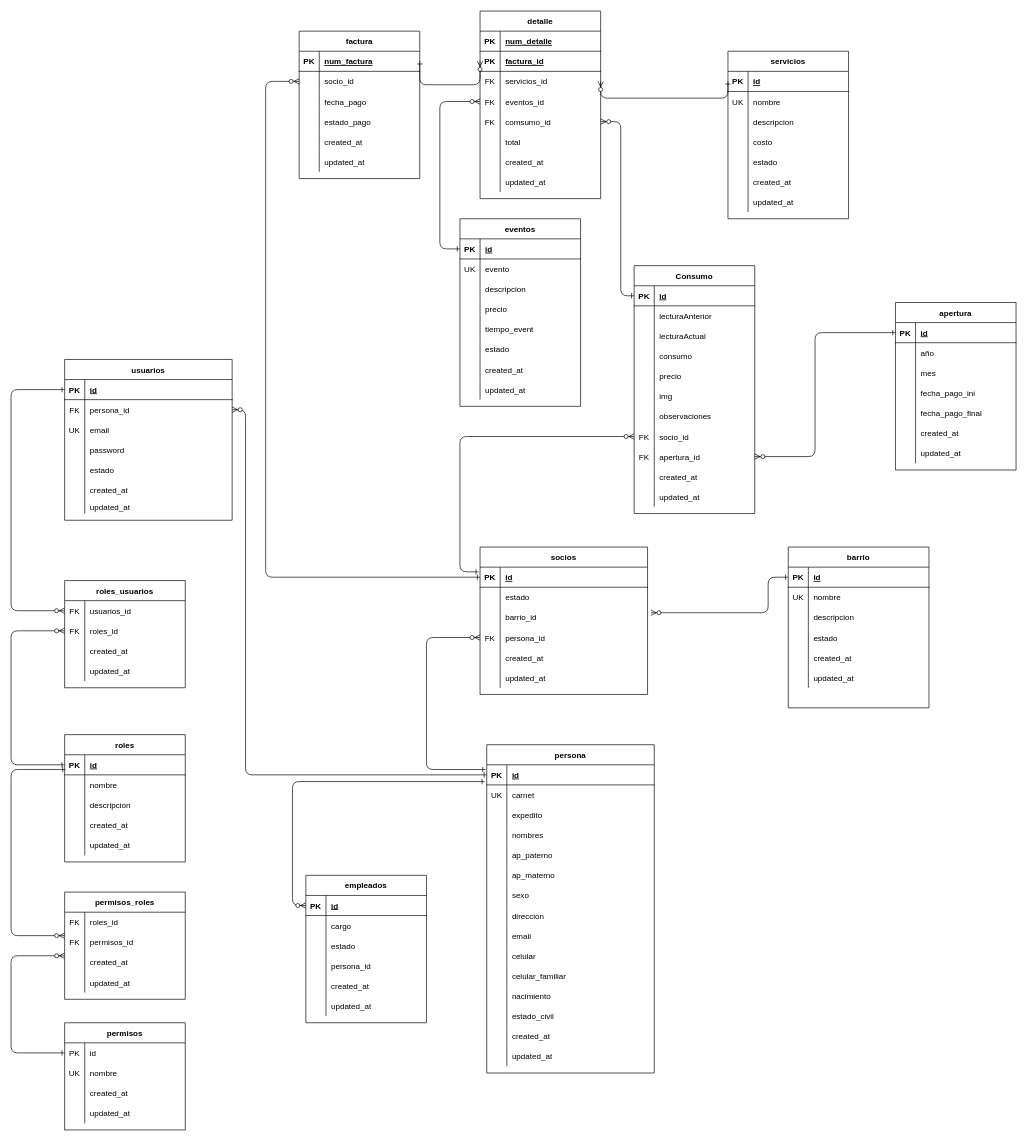
Earlier version of the draw.io diagram AguaPotable/aguapotable.drawio (DavidSalinasPoma/backendaguapotable). Source tidied: cells renumbered, new cells numbered last; positions are measured from the earlier drawing's top-left corner, leaving out a move shared by most shapes. Both pictures are drawn from the tidied source at 67%, with x=0, y=0 at pixel (-36, 11).
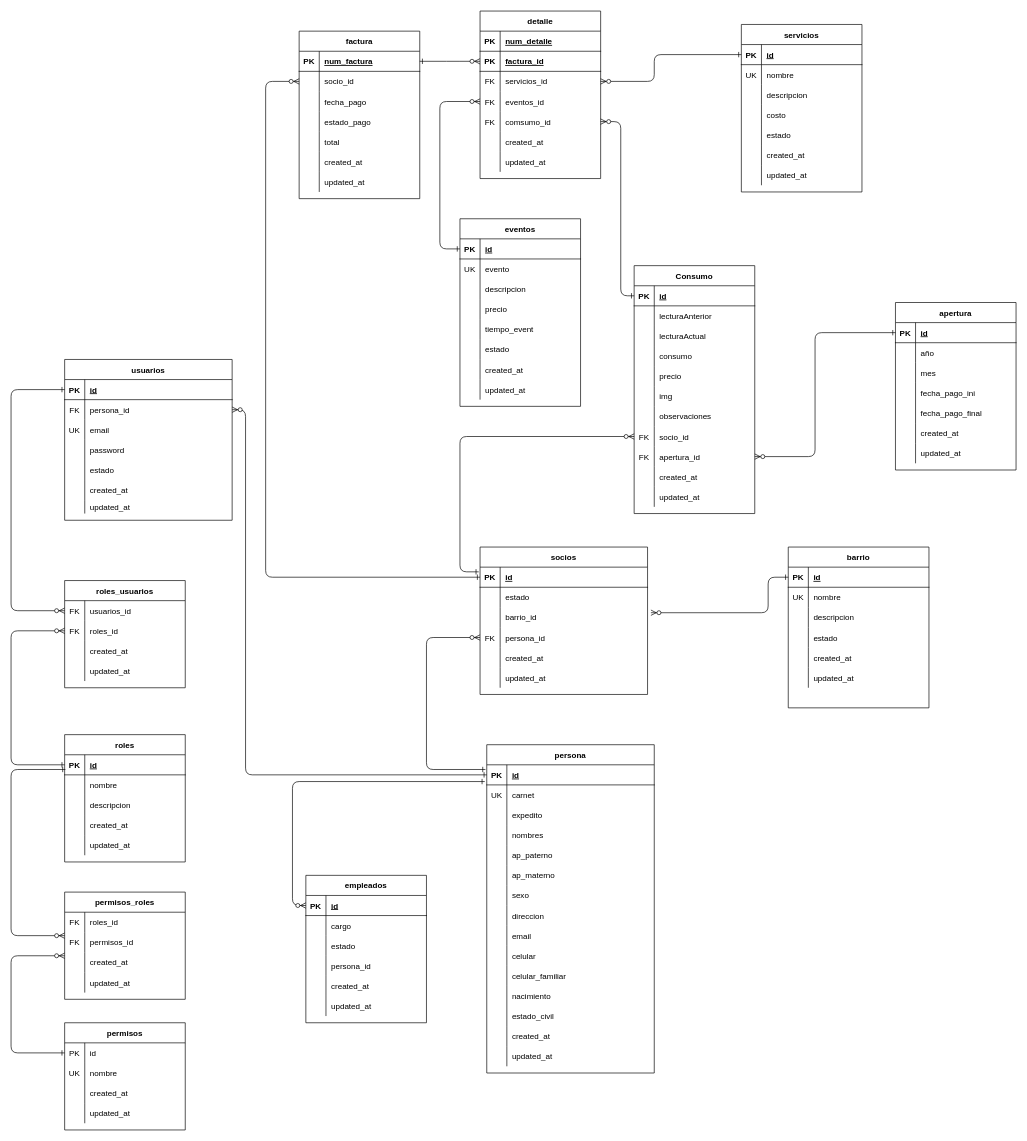
The same page after the edit.

Unchanged cells that the change refers to:
```xml
<mxCell id="173" style="shape=partialRectangle;fillColor=none;top=0;left=0;bottom=1;right=0;points=[[0,0.5],[1,0.5]];portConstraint=eastwest;" parent="172" vertex="1">
  <mxGeometry y="30" width="180" height="30" as="geometry" />
</mxCell>
<mxCell id="253" style="shape=partialRectangle;fillColor=none;top=0;left=0;bottom=1;right=0;points=[[0,0.5],[1,0.5]];portConstraint=eastwest;" parent="252" vertex="1">
  <mxGeometry y="30" width="180" height="30" as="geometry" />
</mxCell>
<mxCell id="319" style="shape=partialRectangle;fillColor=none;top=0;left=0;bottom=1;right=0;points=[[0,0.5],[1,0.5]];portConstraint=eastwest;" parent="315" vertex="1">
  <mxGeometry y="60" width="180" height="30" as="geometry" />
</mxCell>
<mxCell id="322" style="shape=partialRectangle;fillColor=none;top=0;left=0;bottom=0;right=0;points=[[0,0.5],[1,0.5]];portConstraint=eastwest;" parent="315" vertex="1">
  <mxGeometry y="90" width="180" height="30" as="geometry" />
</mxCell>
```

Change to the diagram source:
```diff
@@
     <mxCell id="172" value="servicios" style="shape=table;startSize=30;childLayout=tableLayout;rowLines=0;fontStyle=1;align=center;" parent="1" vertex="1">
-      <mxGeometry x="1140" y="60" width="180" height="250" as="geometry" />
+      <mxGeometry x="1160" y="20" width="180" height="250" as="geometry" />
     </mxCell>
@@
     <mxCell id="252" value="factura" style="shape=table;startSize=30;childLayout=tableLayout;rowLines=0;fontStyle=1;align=center;" parent="1" vertex="1">
-      <mxGeometry x="500" y="30" width="180" height="220" as="geometry" />
+      <mxGeometry x="500" y="30" width="180" height="250" as="geometry" />
     </mxCell>
@@
+    <mxCell id="344" style="shape=partialRectangle;fillColor=none;top=0;left=0;bottom=0;right=0;" parent="252" vertex="1">
+      <mxGeometry y="150" width="180" height="30" as="geometry" />
+    </mxCell>
+    <mxCell id="332" style="shape=partialRectangle;fillColor=none;top=0;left=0;bottom=0;right=0;overflow=hidden;" parent="344" vertex="1">
+      <mxGeometry width="30" height="30" as="geometry" />
+    </mxCell>
+    <mxCell id="333" value="total" style="shape=partialRectangle;fillColor=none;top=0;left=0;bottom=0;right=0;align=left;spacingLeft=6;overflow=hidden;" parent="344" vertex="1">
+      <mxGeometry x="30" width="150" height="30" as="geometry" />
+    </mxCell>
     <mxCell id="265" style="shape=partialRectangle;fillColor=none;top=0;left=0;bottom=0;right=0;" parent="252" vertex="1">
-      <mxGeometry y="150" width="180" height="30" as="geometry" />
+      <mxGeometry y="180" width="180" height="30" as="geometry" />
     </mxCell>
@@
     <mxCell id="268" style="shape=partialRectangle;fillColor=none;top=0;left=0;bottom=0;right=0;" parent="252" vertex="1">
-      <mxGeometry y="180" width="180" height="30" as="geometry" />
+      <mxGeometry y="210" width="180" height="30" as="geometry" />
     </mxCell>
@@
     <mxCell id="315" value="detalle" style="shape=table;startSize=30;childLayout=tableLayout;rowLines=0;fontStyle=1;align=center;" parent="1" vertex="1">
-      <mxGeometry x="770" width="180" height="280" as="geometry" />
+      <mxGeometry x="770" width="180" height="250" as="geometry" />
     </mxCell>
@@
-    <mxCell id="331" style="shape=partialRectangle;fillColor=none;top=0;left=0;bottom=0;right=0;" parent="315" vertex="1">
-      <mxGeometry y="180" width="180" height="30" as="geometry" />
-    </mxCell>
-    <mxCell id="332" style="shape=partialRectangle;fillColor=none;top=0;left=0;bottom=0;right=0;overflow=hidden;" parent="331" vertex="1">
-      <mxGeometry width="30" height="30" as="geometry" />
-    </mxCell>
-    <mxCell id="333" value="total" style="shape=partialRectangle;fillColor=none;top=0;left=0;bottom=0;right=0;align=left;spacingLeft=6;overflow=hidden;" parent="331" vertex="1">
-      <mxGeometry x="30" width="150" height="30" as="geometry" />
-    </mxCell>
     <mxCell id="334" style="shape=partialRectangle;fillColor=none;top=0;left=0;bottom=0;right=0;" parent="315" vertex="1">
-      <mxGeometry y="210" width="180" height="30" as="geometry" />
+      <mxGeometry y="180" width="180" height="30" as="geometry" />
     </mxCell>
@@
     <mxCell id="337" style="shape=partialRectangle;fillColor=none;top=0;left=0;bottom=0;right=0;" parent="315" vertex="1">
-      <mxGeometry y="240" width="180" height="30" as="geometry" />
+      <mxGeometry y="210" width="180" height="30" as="geometry" />
     </mxCell>
@@
     <mxCell id="341" style="edgeStyle=elbowEdgeStyle;endArrow=ERzeroToMany;startArrow=ERone;endFill=1;startFill=0;exitX=0;exitY=0.5;exitDx=0;exitDy=0;entryX=1;entryY=0.5;entryDx=0;entryDy=0;" parent="1" edge="1" source="173" target="322">
       <mxGeometry relative="1" as="geometry">
         <Array as="points">
+          <mxPoint x="1030" y="110" />
           <mxPoint x="1050" y="130" />
         </Array>
       </mxGeometry>
     </mxCell>
@@
     <mxCell id="343" style="edgeStyle=elbowEdgeStyle;endArrow=ERzeroToMany;startArrow=ERone;endFill=1;startFill=0;exitX=1;exitY=0.5;exitDx=0;exitDy=0;entryX=0;entryY=0.5;entryDx=0;entryDy=0;" parent="1" edge="1" source="253" target="319">
       <mxGeometry relative="1" as="geometry">
         <Array as="points">
+          <mxPoint x="730" y="80" />
           <mxPoint x="730" y="110" />
         </Array>
       </mxGeometry>
     </mxCell>
```
